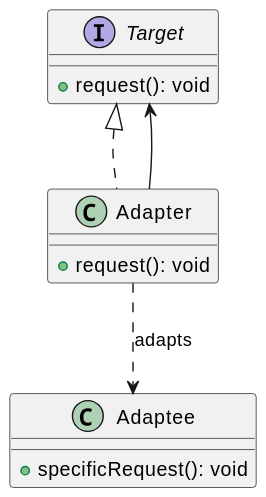
Earlier version of the PlantUML export out/patterns/adapter/adapter.svg (KubEF/architecture-learn-materials). Its diagram source:
```plantuml
@startuml
interface Target {
    +request(): void
}

class Adapter implements Target {
    +request(): void
}

class Adaptee {
    +specificRequest(): void
}

Adapter --> Target
Adapter ..> Adaptee : adapts
@enduml
```
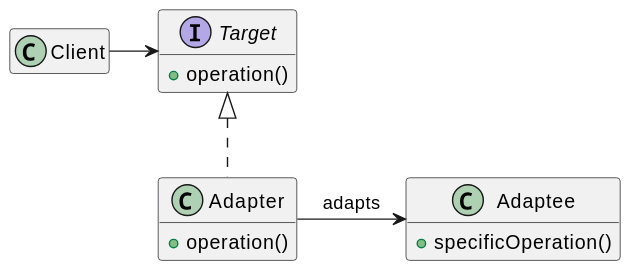
Above is the later version.

Diff of the diagram source:
```diff
@@ -1,16 +1,20 @@
 @startuml
+hide empty members
+
 interface Target {
-    +request(): void
+    +operation()
 }
 
+class Client{}
+
 class Adapter implements Target {
-    +request(): void
+    +operation()
 }
 
 class Adaptee {
-    +specificRequest(): void
+    +specificOperation()
 }
 
-Adapter --> Target
-Adapter ..> Adaptee : adapts
+Client -> Target
+Adapter -> Adaptee : adapts
 @enduml
```
